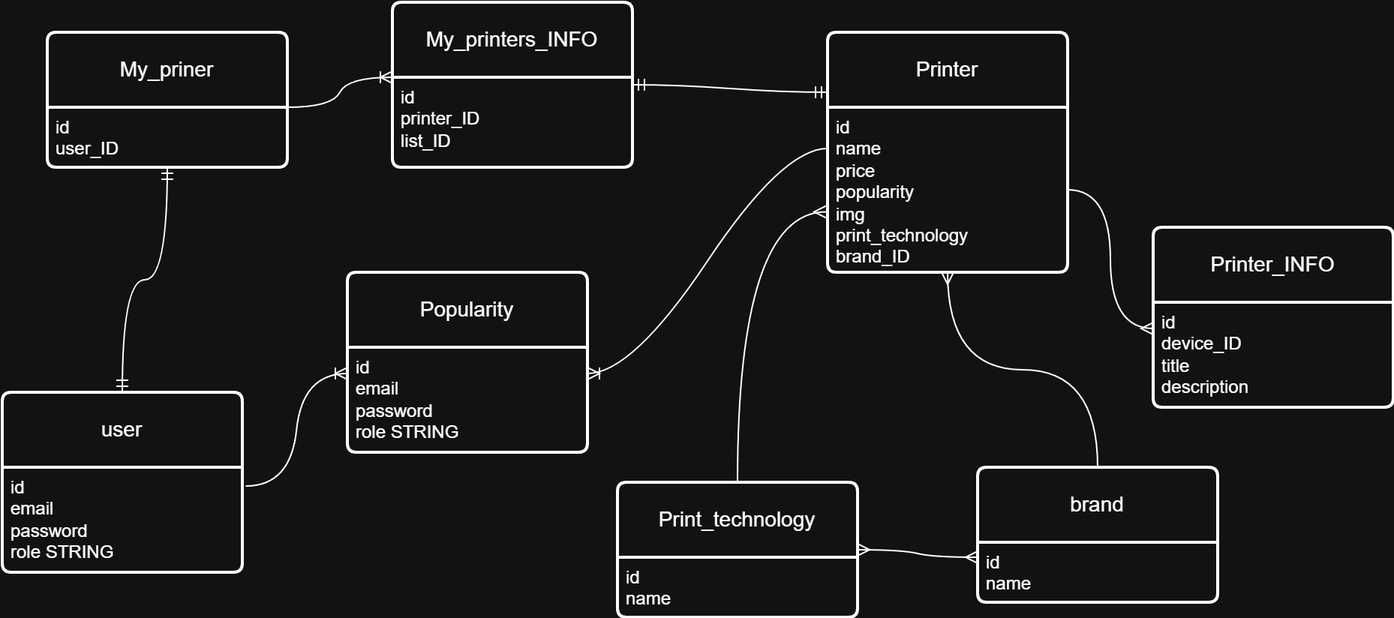
The draw.io diagram images/diagram.png in ZERPANTIN/PERN-CRUD-APP, before a commit. Source tidied: cells renumbered, new cells last; positions are measured from the earlier drawing's top-left corner, leaving out a move shared by most shapes.
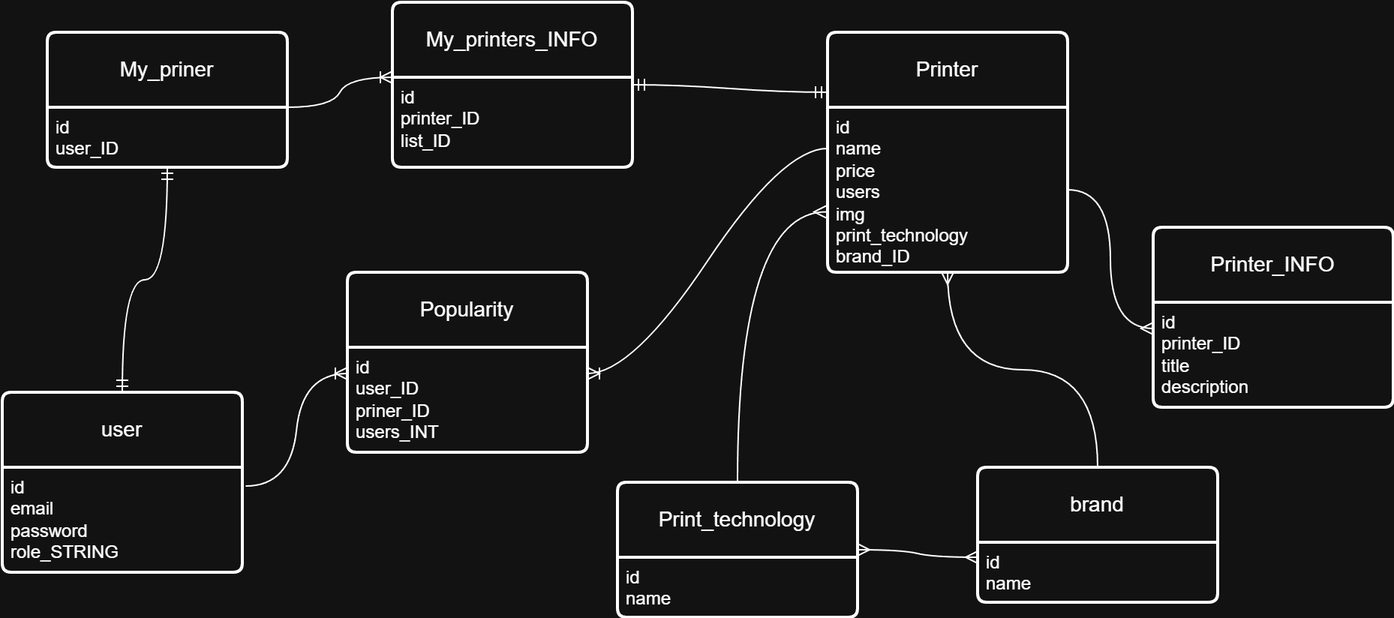
After the change.

Change to the diagram source:
```diff
@@ -5,7 +5,7 @@
     <mxCell id="2" value="user" style="swimlane;horizontal=1;startSize=50;rounded=1;fontSize=14;fontStyle=0;strokeWidth=2;shadow=0;dashed=0;align=center;arcSize=4;whiteSpace=wrap;html=1;" parent="1" vertex="1">
       <mxGeometry y="260" width="160" height="120" as="geometry" />
     </mxCell>
-    <mxCell id="3" value="id&lt;br&gt;email&lt;br&gt;password&lt;div&gt;role STRING&lt;/div&gt;" style="align=left;strokeColor=none;fillColor=none;spacingLeft=4;spacingRight=4;fontSize=12;verticalAlign=top;html=1;whiteSpace=wrap;" parent="2" vertex="1">
+    <mxCell id="3" value="id&lt;br&gt;email&lt;br&gt;password&lt;div&gt;role_STRING&lt;/div&gt;" style="align=left;strokeColor=none;fillColor=none;spacingLeft=4;spacingRight=4;fontSize=12;verticalAlign=top;html=1;whiteSpace=wrap;" parent="2" vertex="1">
       <mxGeometry y="50" width="160" height="70" as="geometry" />
     </mxCell>
     <mxCell id="4" value="My_priner" style="swimlane;horizontal=1;startSize=50;rounded=1;fontSize=14;fontStyle=0;strokeWidth=2;shadow=0;dashed=0;align=center;arcSize=4;whiteSpace=wrap;html=1;" parent="1" vertex="1">
@@ -20,7 +20,7 @@
     <mxCell id="7" value="Printer" style="swimlane;horizontal=1;startSize=50;rounded=1;fontSize=14;fontStyle=0;strokeWidth=2;shadow=0;dashed=0;align=center;arcSize=4;whiteSpace=wrap;html=1;" parent="1" vertex="1">
       <mxGeometry x="550" y="20" width="160" height="160" as="geometry" />
     </mxCell>
-    <mxCell id="8" value="id&lt;br&gt;name&lt;div&gt;price&lt;/div&gt;&lt;div&gt;&lt;span style=&quot;background-color: transparent; color: light-dark(rgb(0, 0, 0), rgb(255, 255, 255));&quot;&gt;popularity&lt;/span&gt;&lt;/div&gt;&lt;div&gt;&lt;span style=&quot;background-color: transparent; color: light-dark(rgb(0, 0, 0), rgb(255, 255, 255));&quot;&gt;img&lt;/span&gt;&lt;/div&gt;&lt;div&gt;print_technology&lt;/div&gt;&lt;div&gt;brand_ID&lt;/div&gt;" style="align=left;strokeColor=none;fillColor=none;spacingLeft=4;spacingRight=4;fontSize=12;verticalAlign=top;html=1;whiteSpace=wrap;" parent="7" vertex="1">
+    <mxCell id="8" value="id&lt;br&gt;name&lt;div&gt;price&lt;/div&gt;&lt;div&gt;&lt;span style=&quot;background-color: transparent; color: light-dark(rgb(0, 0, 0), rgb(255, 255, 255));&quot;&gt;users&lt;/span&gt;&lt;/div&gt;&lt;div&gt;&lt;span style=&quot;background-color: transparent; color: light-dark(rgb(0, 0, 0), rgb(255, 255, 255));&quot;&gt;img&lt;/span&gt;&lt;/div&gt;&lt;div&gt;print_technology&lt;/div&gt;&lt;div&gt;brand_ID&lt;/div&gt;" style="align=left;strokeColor=none;fillColor=none;spacingLeft=4;spacingRight=4;fontSize=12;verticalAlign=top;html=1;whiteSpace=wrap;" parent="7" vertex="1">
       <mxGeometry y="50" width="160" height="110" as="geometry" />
     </mxCell>
     <mxCell id="9" value="Print_technology" style="swimlane;horizontal=1;startSize=50;rounded=1;fontSize=14;fontStyle=0;strokeWidth=2;shadow=0;dashed=0;align=center;arcSize=4;whiteSpace=wrap;html=1;" parent="1" vertex="1">
@@ -64,7 +64,7 @@
     <mxCell id="20" value="Popularity" style="swimlane;horizontal=1;startSize=50;rounded=1;fontSize=14;fontStyle=0;strokeWidth=2;shadow=0;dashed=0;align=center;arcSize=4;whiteSpace=wrap;html=1;" parent="1" vertex="1">
       <mxGeometry x="230" y="180" width="160" height="120" as="geometry" />
     </mxCell>
-    <mxCell id="21" value="id&lt;br&gt;email&lt;br&gt;password&lt;div&gt;role STRING&lt;/div&gt;" style="align=left;strokeColor=none;fillColor=none;spacingLeft=4;spacingRight=4;fontSize=12;verticalAlign=top;html=1;whiteSpace=wrap;" parent="20" vertex="1">
+    <mxCell id="21" value="id&lt;br&gt;user_ID&lt;div&gt;priner_ID&lt;/div&gt;&lt;div&gt;users_INT&lt;/div&gt;" style="align=left;strokeColor=none;fillColor=none;spacingLeft=4;spacingRight=4;fontSize=12;verticalAlign=top;html=1;whiteSpace=wrap;" parent="20" vertex="1">
       <mxGeometry y="50" width="160" height="70" as="geometry" />
     </mxCell>
     <mxCell id="22" style="edgeStyle=entityRelationEdgeStyle;fontSize=12;html=1;endArrow=ERoneToMany;rounded=0;strokeColor=default;align=center;verticalAlign=middle;fontFamily=Helvetica;fontColor=default;labelBackgroundColor=default;curved=1;entryX=1;entryY=0.25;entryDx=0;entryDy=0;exitX=0;exitY=0.25;exitDx=0;exitDy=0;" parent="1" edge="1" source="8" target="21">
@@ -84,7 +84,7 @@
     <mxCell id="24" value="Printer_INFO" style="swimlane;horizontal=1;startSize=50;rounded=1;fontSize=14;fontStyle=0;strokeWidth=2;shadow=0;dashed=0;align=center;arcSize=4;whiteSpace=wrap;html=1;" parent="1" vertex="1">
       <mxGeometry x="767" y="150" width="160" height="120" as="geometry" />
     </mxCell>
-    <mxCell id="25" value="id&lt;br&gt;device_ID&lt;div&gt;title&lt;/div&gt;&lt;div&gt;description&lt;/div&gt;" style="align=left;strokeColor=none;fillColor=none;spacingLeft=4;spacingRight=4;fontSize=12;verticalAlign=top;html=1;whiteSpace=wrap;" parent="24" vertex="1">
+    <mxCell id="25" value="id&lt;br&gt;printer_ID&lt;div&gt;title&lt;/div&gt;&lt;div&gt;description&lt;/div&gt;" style="align=left;strokeColor=none;fillColor=none;spacingLeft=4;spacingRight=4;fontSize=12;verticalAlign=top;html=1;whiteSpace=wrap;" parent="24" vertex="1">
       <mxGeometry y="50" width="160" height="70" as="geometry" />
     </mxCell>
     <mxCell id="26" style="edgeStyle=orthogonalEdgeStyle;fontSize=12;html=1;endArrow=ERmany;rounded=0;exitX=1;exitY=0.5;exitDx=0;exitDy=0;curved=1;entryX=0;entryY=0.25;entryDx=0;entryDy=0;" parent="1" edge="1" source="8" target="25">
```
